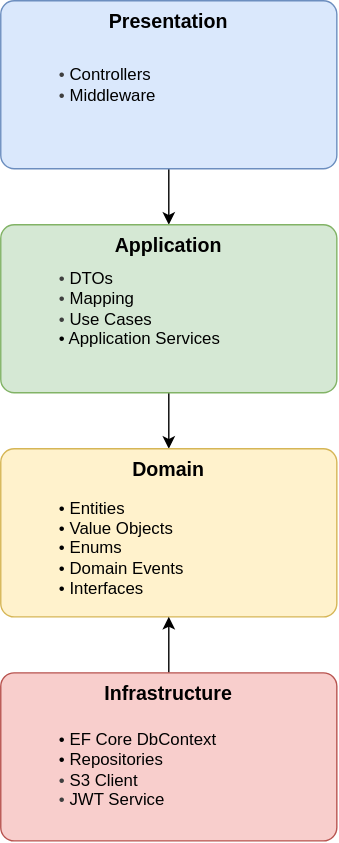
This is docs/assets/diagrams/clean-architecture/clean-architecture.svg from TeleManga/docs, a draw.io export, as it was before one commit. Source tidied: cells renumbered, new cells last; positions are measured from the earlier drawing's top-left corner, leaving out a move shared by most shapes.
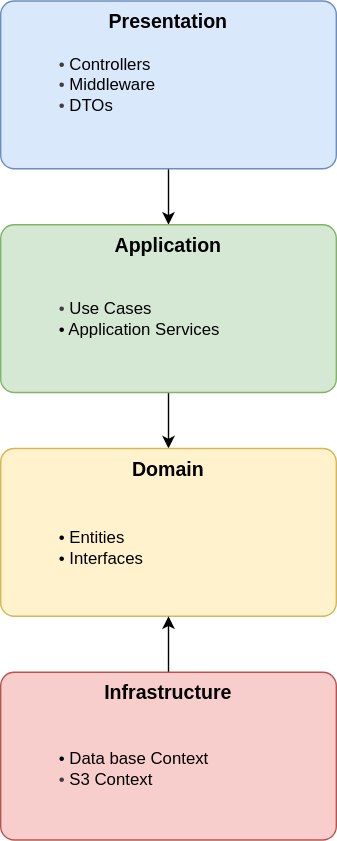
The same file after the commit.

Commit message:
fix/6/refactor-service-diagram-and-clean-architecture-diagram

Diff of the diagram source:
```diff
@@ -8,8 +8,8 @@
     <mxCell id="3" value="Presentation" style="rounded=1;whiteSpace=wrap;html=1;fillColor=#dae8fc;strokeColor=#6c8ebf;fontStyle=1;fontSize=14;verticalAlign=top;arcSize=8;" parent="1" vertex="1">
       <mxGeometry width="240" height="120" as="geometry" />
     </mxCell>
-    <mxCell id="4" value="&lt;font style=&quot;color: rgb(0, 0, 0);&quot;&gt;&lt;span style=&quot;color: rgb(63, 63, 63);&quot;&gt;•&amp;nbsp;&lt;/span&gt;Controllers&lt;br&gt;&lt;/font&gt;&lt;div&gt;&lt;font style=&quot;color: rgb(0, 0, 0);&quot;&gt;&lt;span style=&quot;color: rgb(63, 63, 63); background-color: transparent;&quot;&gt;•&amp;nbsp;&lt;/span&gt;Middleware&lt;/font&gt;&lt;/div&gt;" style="text;html=1;align=left;verticalAlign=middle;strokeColor=none;fillColor=none;fontSize=12;fontColor=#666666;" parent="3" vertex="1">
-      <mxGeometry x="40" y="40" width="90" height="40" as="geometry" />
+    <mxCell id="4" value="&lt;font style=&quot;color: rgb(0, 0, 0);&quot;&gt;&lt;span style=&quot;color: rgb(63, 63, 63);&quot;&gt;•&amp;nbsp;&lt;/span&gt;Controllers&lt;br&gt;&lt;/font&gt;&lt;div&gt;&lt;font style=&quot;color: rgb(0, 0, 0);&quot;&gt;&lt;span style=&quot;color: rgb(63, 63, 63); background-color: transparent;&quot;&gt;•&amp;nbsp;&lt;/span&gt;Middleware&lt;/font&gt;&lt;/div&gt;&lt;div&gt;&lt;font style=&quot;color: rgb(0, 0, 0);&quot;&gt;&lt;span style=&quot;scrollbar-color: rgb(226, 226, 226) rgb(251, 251, 251); background-color: transparent; color: rgb(63, 63, 63);&quot;&gt;•&amp;nbsp;&lt;/span&gt;&lt;span style=&quot;color: rgb(0, 0, 0);&quot;&gt;DTOs&lt;/span&gt;&lt;/font&gt;&lt;/div&gt;" style="text;html=1;align=left;verticalAlign=middle;strokeColor=none;fillColor=none;fontSize=12;fontColor=#666666;" parent="3" vertex="1">
+      <mxGeometry x="40" y="30" width="90" height="60" as="geometry" />
     </mxCell>
     <mxCell id="5" style="edgeStyle=none;html=1;" parent="1" edge="1" source="6" target="8">
       <mxGeometry relative="1" as="geometry" />
@@ -17,14 +17,14 @@
     <mxCell id="6" value="Application" style="rounded=1;whiteSpace=wrap;html=1;fillColor=#d5e8d4;strokeColor=#82b366;fontStyle=1;fontSize=14;verticalAlign=top;arcSize=8;" parent="1" vertex="1">
       <mxGeometry y="160" width="240" height="120" as="geometry" />
     </mxCell>
-    <mxCell id="7" value="&lt;div&gt;&lt;font style=&quot;color: rgb(0, 0, 0);&quot;&gt;&lt;span style=&quot;background-color: transparent; color: rgb(63, 63, 63);&quot;&gt;•&amp;nbsp;&lt;/span&gt;DTOs&lt;/font&gt;&lt;/div&gt;&lt;div&gt;&lt;font&gt;&lt;span style=&quot;color: rgb(63, 63, 63);&quot;&gt;• &lt;/span&gt;&lt;font style=&quot;color: rgb(0, 0, 0);&quot;&gt;Mapping&lt;/font&gt;&lt;/font&gt;&lt;/div&gt;&lt;div&gt;&lt;font&gt;&lt;font style=&quot;color: rgb(0, 0, 0);&quot;&gt;&lt;span style=&quot;color: rgb(63, 63, 63); background-color: transparent;&quot;&gt;•&amp;nbsp;&lt;/span&gt;&lt;span style=&quot;color: rgb(0, 0, 0);&quot;&gt;Use Cases&lt;/span&gt;&lt;/font&gt;&lt;/font&gt;&lt;/div&gt;&lt;div&gt;&lt;font&gt;&lt;span style=&quot;background-color: transparent;&quot;&gt;&lt;font style=&quot;color: rgb(0, 0, 0);&quot;&gt;• Application Services&lt;/font&gt;&lt;/span&gt;&lt;/font&gt;&lt;/div&gt;" style="text;html=1;align=left;verticalAlign=middle;strokeColor=none;fillColor=none;fontSize=12;fontColor=#666666;" parent="6" vertex="1">
-      <mxGeometry x="40" y="25" width="140" height="70" as="geometry" />
+    <mxCell id="7" value="&lt;div&gt;&lt;br&gt;&lt;/div&gt;&lt;div&gt;&lt;font&gt;&lt;font style=&quot;color: rgb(0, 0, 0);&quot;&gt;&lt;span style=&quot;color: rgb(63, 63, 63); background-color: transparent;&quot;&gt;•&amp;nbsp;&lt;/span&gt;&lt;span style=&quot;color: rgb(0, 0, 0);&quot;&gt;Use Cases&lt;/span&gt;&lt;/font&gt;&lt;/font&gt;&lt;/div&gt;&lt;div&gt;&lt;font&gt;&lt;span style=&quot;background-color: transparent;&quot;&gt;&lt;font style=&quot;color: rgb(0, 0, 0);&quot;&gt;• Application Services&lt;/font&gt;&lt;/span&gt;&lt;/font&gt;&lt;/div&gt;" style="text;html=1;align=left;verticalAlign=middle;strokeColor=none;fillColor=none;fontSize=12;fontColor=#666666;" parent="6" vertex="1">
+      <mxGeometry x="40" y="30" width="140" height="60" as="geometry" />
     </mxCell>
     <mxCell id="8" value="Domain" style="rounded=1;whiteSpace=wrap;html=1;fillColor=#fff2cc;strokeColor=#d6b656;fontStyle=1;fontSize=14;verticalAlign=top;arcSize=8;" parent="1" vertex="1">
       <mxGeometry y="320" width="240" height="120" as="geometry" />
     </mxCell>
-    <mxCell id="9" value="&lt;font style=&quot;color: rgb(0, 0, 0);&quot;&gt;&lt;span&gt;•&amp;nbsp;&lt;/span&gt;Entities&lt;br&gt;&lt;/font&gt;&lt;div&gt;&lt;font style=&quot;color: rgb(0, 0, 0);&quot;&gt;&lt;span style=&quot;background-color: transparent;&quot;&gt;•&lt;/span&gt;&lt;span style=&quot;background-color: transparent;&quot;&gt;&amp;nbsp;&lt;/span&gt;Value Objects&lt;/font&gt;&lt;/div&gt;&lt;div&gt;&lt;font style=&quot;color: rgb(0, 0, 0);&quot;&gt;&lt;span style=&quot;background-color: transparent;&quot;&gt;•&lt;/span&gt;&lt;span style=&quot;background-color: transparent;&quot;&gt;&amp;nbsp;&lt;/span&gt;Enums&lt;/font&gt;&lt;/div&gt;&lt;div&gt;&lt;font style=&quot;color: rgb(0, 0, 0);&quot;&gt;&lt;span style=&quot;background-color: transparent;&quot;&gt;•&lt;/span&gt;&lt;span style=&quot;background-color: transparent;&quot;&gt;&amp;nbsp;&lt;/span&gt;Domain Events&lt;/font&gt;&lt;/div&gt;&lt;div&gt;&lt;font&gt;&lt;font style=&quot;color: rgb(0, 0, 0);&quot;&gt;• Interfaces&lt;/font&gt;&lt;/font&gt;&lt;/div&gt;" style="text;html=1;align=left;verticalAlign=middle;strokeColor=none;fillColor=none;fontSize=12;fontColor=#666666;" parent="8" vertex="1">
-      <mxGeometry x="40" y="26.2" width="110" height="90" as="geometry" />
+    <mxCell id="9" value="&lt;font style=&quot;color: rgb(0, 0, 0);&quot;&gt;&lt;span&gt;•&amp;nbsp;&lt;/span&gt;Entities&lt;/font&gt;&lt;div&gt;&lt;font&gt;&lt;font style=&quot;color: rgb(0, 0, 0);&quot;&gt;• Interfaces&lt;/font&gt;&lt;/font&gt;&lt;/div&gt;" style="text;html=1;align=left;verticalAlign=middle;strokeColor=none;fillColor=none;fontSize=12;fontColor=#666666;" parent="8" vertex="1">
+      <mxGeometry x="40" y="51.2" width="80" height="40" as="geometry" />
     </mxCell>
     <mxCell id="10" style="edgeStyle=none;html=1;" parent="1" edge="1" source="11" target="8">
       <mxGeometry relative="1" as="geometry" />
@@ -32,8 +32,8 @@
     <mxCell id="11" value="Infrastructure" style="rounded=1;whiteSpace=wrap;html=1;fillColor=#f8cecc;strokeColor=#b85450;fontStyle=1;fontSize=14;verticalAlign=top;arcSize=8;" parent="1" vertex="1">
       <mxGeometry y="480" width="240" height="120" as="geometry" />
     </mxCell>
-    <mxCell id="12" value="&lt;font style=&quot;color: rgb(0, 0, 0);&quot;&gt;&lt;span&gt;•&amp;nbsp;&lt;/span&gt;EF Core DbContext&lt;br&gt;&lt;/font&gt;&lt;div&gt;&lt;font style=&quot;color: rgb(0, 0, 0);&quot;&gt;&lt;span style=&quot;background-color: transparent;&quot;&gt;•&amp;nbsp;&lt;/span&gt;Repositories&lt;/font&gt;&lt;/div&gt;&lt;div&gt;&lt;font&gt;&lt;span style=&quot;color: rgb(63, 63, 63); background-color: transparent;&quot;&gt;•&amp;nbsp;&lt;/span&gt;&lt;span style=&quot;background-color: transparent;&quot;&gt;&lt;font style=&quot;color: rgb(0, 0, 0);&quot;&gt;S3 Client&lt;/font&gt;&lt;/span&gt;&lt;/font&gt;&lt;/div&gt;&lt;div style=&quot;&quot;&gt;&lt;font&gt;&lt;span style=&quot;color: rgb(63, 63, 63); background-color: transparent;&quot;&gt;•&amp;nbsp;&lt;/span&gt;&lt;span style=&quot;background-color: transparent;&quot;&gt;&lt;font style=&quot;color: rgb(0, 0, 0);&quot;&gt;JWT Service&lt;/font&gt;&lt;/span&gt;&lt;/font&gt;&lt;/div&gt;" style="text;html=1;align=left;verticalAlign=middle;strokeColor=none;fillColor=none;fontSize=12;fontColor=#666666;" parent="11" vertex="1">
-      <mxGeometry x="40" y="33.8" width="140" height="70" as="geometry" />
+    <mxCell id="12" value="&lt;font style=&quot;color: rgb(0, 0, 0);&quot;&gt;&lt;span&gt;•&amp;nbsp;&lt;/span&gt;Data base Context&lt;/font&gt;&lt;div&gt;&lt;font&gt;&lt;span style=&quot;color: rgb(63, 63, 63); background-color: transparent;&quot;&gt;•&amp;nbsp;&lt;/span&gt;&lt;span style=&quot;background-color: transparent;&quot;&gt;&lt;font style=&quot;color: rgb(0, 0, 0);&quot;&gt;S3 Context&lt;/font&gt;&lt;/span&gt;&lt;/font&gt;&lt;/div&gt;" style="text;html=1;align=left;verticalAlign=middle;strokeColor=none;fillColor=none;fontSize=12;fontColor=#666666;" parent="11" vertex="1">
+      <mxGeometry x="40" y="48.8" width="130" height="40" as="geometry" />
     </mxCell>
   </root>
 </mxGraphModel>
```
